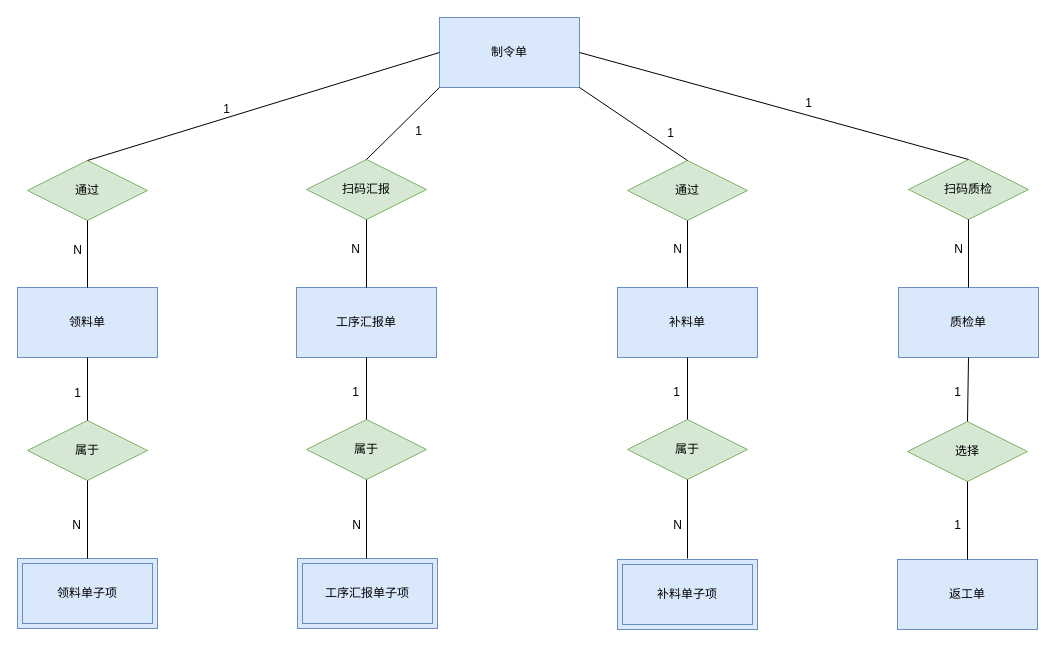
This is ER图.drawio from KNAI-I/test, a draw.io file, before an edit. Source tidied: cells renumbered, new cells numbered last; positions are measured from the earlier drawing's top-left corner, leaving out a move shared by most shapes. Both pictures are drawn from the tidied source at 100%, with x=0, y=0 at pixel (17, 17).
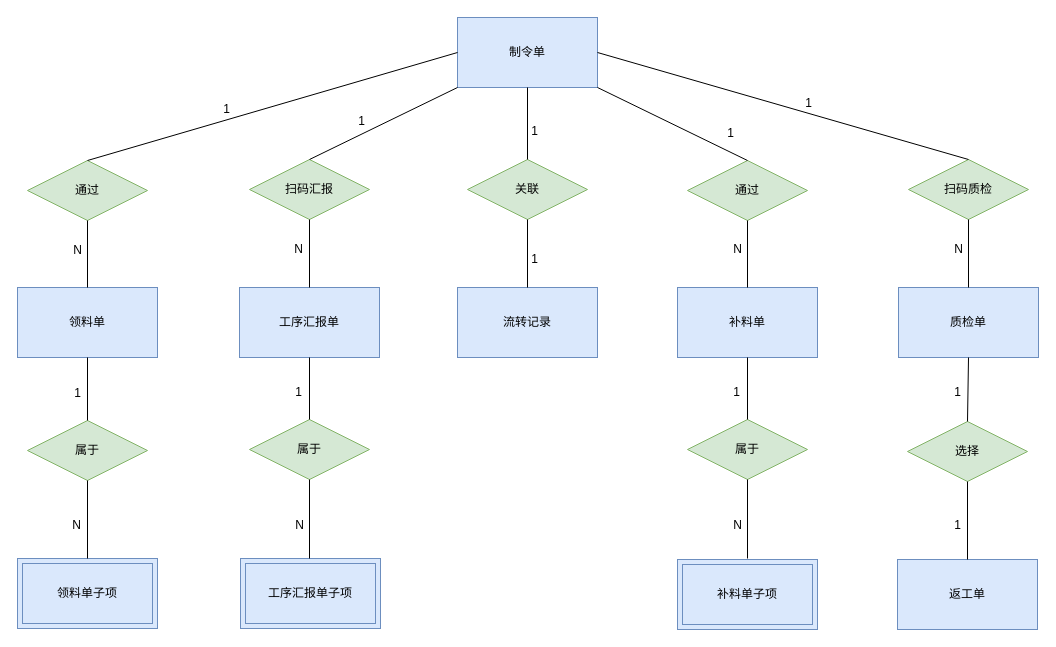
The same page after the edit.

The change refers to these unchanged cells:
```xml
<mxCell id="17" style="endArrow=none;html=1;rounded=0;sketch=0;curved=0;exitX=0;exitY=1;exitDx=0;exitDy=0;entryX=0.5;entryY=0;entryDx=0;entryDy=0;" parent="1" edge="1" source="3" target="9">
  <mxGeometry relative="1" as="geometry" />
</mxCell>
```

What changed in the source:
```diff
@@
     <mxCell id="3" value="制令单" style="whiteSpace=wrap;html=1;align=center;rounded=0;fillColor=#dae8fc;strokeColor=#6c8ebf;" parent="1" vertex="1">
-      <mxGeometry x="422" width="140" height="70" as="geometry" />
+      <mxGeometry x="440" width="140" height="70" as="geometry" />
     </mxCell>
@@
     <mxCell id="6" value="工序汇报单" style="whiteSpace=wrap;html=1;align=center;rounded=0;fillColor=#dae8fc;strokeColor=#6c8ebf;" parent="1" vertex="1">
-      <mxGeometry x="279" y="270" width="140" height="70" as="geometry" />
+      <mxGeometry x="222" y="270" width="140" height="70" as="geometry" />
     </mxCell>
@@
     <mxCell id="9" value="扫码汇报" style="shape=rhombus;perimeter=rhombusPerimeter;whiteSpace=wrap;html=1;align=center;rounded=0;fillColor=#d5e8d4;strokeColor=#82b366;" parent="1" vertex="1">
-      <mxGeometry x="289" y="142" width="120" height="60" as="geometry" />
+      <mxGeometry x="232" y="142" width="120" height="60" as="geometry" />
     </mxCell>
     <mxCell id="10" value="工序汇报单子项" style="shape=ext;margin=3;double=1;whiteSpace=wrap;html=1;align=center;rounded=0;fillColor=#dae8fc;strokeColor=#6c8ebf;" parent="1" vertex="1">
-      <mxGeometry x="280" y="541" width="140" height="70" as="geometry" />
+      <mxGeometry x="223" y="541" width="140" height="70" as="geometry" />
     </mxCell>
     <mxCell id="11" value="属于" style="shape=rhombus;perimeter=rhombusPerimeter;whiteSpace=wrap;html=1;align=center;rounded=0;fillColor=#d5e8d4;strokeColor=#82b366;" parent="1" vertex="1">
-      <mxGeometry x="289" y="402" width="120" height="60" as="geometry" />
+      <mxGeometry x="232" y="402" width="120" height="60" as="geometry" />
     </mxCell>
@@
     <mxCell id="18" value="1" style="html=1;align=right;verticalAlign=bottom;rounded=0;sketch=0;" parent="17" vertex="1">
       <mxGeometry x="1" relative="1" as="geometry">
-        <mxPoint x="56" y="-20" as="offset" />
+        <mxPoint x="56" y="-30" as="offset" />
       </mxGeometry>
     </mxCell>
@@
     <mxCell id="33" style="endArrow=none;html=1;rounded=0;sketch=0;curved=0;entryX=0.5;entryY=0;entryDx=0;entryDy=0;exitX=0.5;exitY=1;exitDx=0;exitDy=0;" parent="1" edge="1" source="11">
       <mxGeometry relative="1" as="geometry">
-        <mxPoint x="349" y="541" as="targetPoint" />
+        <mxPoint x="292" y="541" as="targetPoint" />
       </mxGeometry>
     </mxCell>
@@
     <mxCell id="39" value="通过" style="shape=rhombus;perimeter=rhombusPerimeter;whiteSpace=wrap;html=1;align=center;rounded=0;sketch=0;fillColor=#d5e8d4;strokeColor=#82b366;" parent="1" vertex="1">
-      <mxGeometry x="610" y="143" width="120" height="60" as="geometry" />
+      <mxGeometry x="670" y="143" width="120" height="60" as="geometry" />
     </mxCell>
     <mxCell id="40" value="补料单" style="whiteSpace=wrap;html=1;align=center;rounded=0;sketch=0;fillColor=#dae8fc;strokeColor=#6c8ebf;" parent="1" vertex="1">
-      <mxGeometry x="600" y="270" width="140" height="70" as="geometry" />
+      <mxGeometry x="660" y="270" width="140" height="70" as="geometry" />
     </mxCell>
@@
     <mxCell id="45" value="补料单子项" style="shape=ext;margin=3;double=1;whiteSpace=wrap;html=1;align=center;rounded=0;sketch=0;fillColor=#dae8fc;strokeColor=#6c8ebf;" parent="1" vertex="1">
-      <mxGeometry x="600" y="542" width="140" height="70" as="geometry" />
+      <mxGeometry x="660" y="542" width="140" height="70" as="geometry" />
     </mxCell>
     <mxCell id="46" value="属于" style="shape=rhombus;perimeter=rhombusPerimeter;whiteSpace=wrap;html=1;align=center;rounded=0;fillColor=#d5e8d4;strokeColor=#82b366;" parent="1" vertex="1">
-      <mxGeometry x="610" y="402" width="120" height="60" as="geometry" />
+      <mxGeometry x="670" y="402" width="120" height="60" as="geometry" />
     </mxCell>
     <mxCell id="47" style="endArrow=none;html=1;rounded=0;sketch=0;curved=0;entryX=0.5;entryY=0;entryDx=0;entryDy=0;exitX=0.5;exitY=1;exitDx=0;exitDy=0;" parent="1" edge="1" target="46">
       <mxGeometry relative="1" as="geometry">
-        <mxPoint x="670" y="340" as="sourcePoint" />
+        <mxPoint x="730" y="340" as="sourcePoint" />
       </mxGeometry>
     </mxCell>
@@
     <mxCell id="49" style="endArrow=none;html=1;rounded=0;sketch=0;curved=0;entryX=0.5;entryY=0;entryDx=0;entryDy=0;exitX=0.5;exitY=1;exitDx=0;exitDy=0;" parent="1" edge="1" source="46">
       <mxGeometry relative="1" as="geometry">
-        <mxPoint x="670" y="541" as="targetPoint" />
+        <mxPoint x="730" y="541" as="targetPoint" />
       </mxGeometry>
     </mxCell>
@@
+    <mxCell id="51" value="流转记录" style="whiteSpace=wrap;html=1;align=center;rounded=0;fillColor=#dae8fc;strokeColor=#6c8ebf;" parent="1" vertex="1">
+      <mxGeometry x="440" y="270" width="140" height="70" as="geometry" />
+    </mxCell>
+    <mxCell id="52" value="关联" style="shape=rhombus;perimeter=rhombusPerimeter;whiteSpace=wrap;html=1;align=center;rounded=0;fillColor=#d5e8d4;strokeColor=#82b366;" parent="1" vertex="1">
+      <mxGeometry x="450" y="142" width="120" height="60" as="geometry" />
+    </mxCell>
+    <mxCell id="53" style="endArrow=none;html=1;rounded=0;sketch=0;curved=0;exitX=0.5;exitY=1;exitDx=0;exitDy=0;" parent="1" edge="1" source="3" target="52">
+      <mxGeometry relative="1" as="geometry" />
+    </mxCell>
+    <mxCell id="54" value="1" style="html=1;align=right;verticalAlign=bottom;rounded=0;sketch=0;" parent="53" vertex="1">
+      <mxGeometry x="1" relative="1" as="geometry">
+        <mxPoint x="11" y="-20" as="offset" />
+      </mxGeometry>
+    </mxCell>
+    <mxCell id="55" style="endArrow=none;html=1;rounded=0;sketch=0;curved=0;entryX=0.5;entryY=0;entryDx=0;entryDy=0;" parent="1" edge="1" target="51">
+      <mxGeometry relative="1" as="geometry">
+        <mxPoint x="510" y="202" as="sourcePoint" />
+      </mxGeometry>
+    </mxCell>
+    <mxCell id="56" value="1" style="html=1;align=right;verticalAlign=bottom;rounded=0;sketch=0;" parent="55" vertex="1">
+      <mxGeometry x="1" relative="1" as="geometry">
+        <mxPoint x="11" y="-20" as="offset" />
+      </mxGeometry>
+    </mxCell>
```
